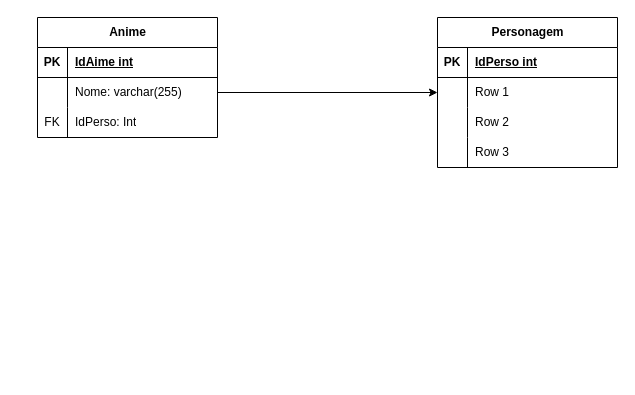
This is Diagrama Banco.drawio from FelipeOropeza/APIKitsu, a draw.io file, before an edit. Source tidied: cells renumbered, new cells numbered last; positions are measured from the earlier drawing's top-left corner, leaving out a move shared by most shapes. Both pictures are drawn from the tidied source at 100%, with x=0, y=0 at pixel (37, 17).
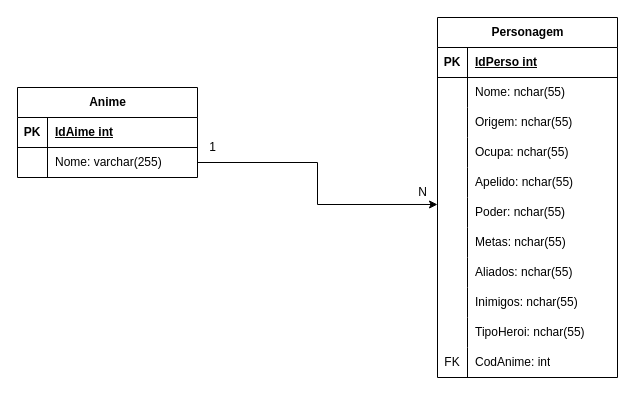
The same page after the edit.

The change refers to these unchanged cells:
```xml
<mxCell id="6" style="shape=tableRow;horizontal=0;startSize=0;swimlaneHead=0;swimlaneBody=0;fillColor=none;points=[[0,0.5],[1,0.5]];portConstraint=eastwest;top=0;left=0;right=0;bottom=0;" parent="2" vertex="1">
  <mxGeometry y="60" width="180" height="30" as="geometry" />
</mxCell>
<mxCell id="9" style="shape=tableRow;horizontal=0;startSize=0;swimlaneHead=0;swimlaneBody=0;fillColor=none;top=0;left=0;right=0;bottom=0;" parent="2" vertex="1">
  <mxGeometry y="90" width="180" height="30" as="geometry" />
</mxCell>
<mxCell id="12" style="shape=tableRow;horizontal=0;startSize=0;swimlaneHead=0;swimlaneBody=0;fillColor=none;top=0;left=0;right=0;bottom=0;" parent="2" vertex="1">
  <mxGeometry y="120" width="180" height="30" as="geometry" />
</mxCell>
<mxCell id="19" style="shape=tableRow;horizontal=0;startSize=0;swimlaneHead=0;swimlaneBody=0;fillColor=none;points=[[0,0.5],[1,0.5]];portConstraint=eastwest;top=0;left=0;right=0;bottom=0;" parent="15" vertex="1">
  <mxGeometry y="60" width="180" height="30" as="geometry" />
</mxCell>
```

The edit, as a diff of the source:
```diff
@@
     <mxCell id="2" value="Personagem" style="shape=table;startSize=30;childLayout=tableLayout;rowLines=0;fontStyle=1;align=center;html=1;" parent="1" vertex="1">
-      <mxGeometry x="400" width="180" height="150" as="geometry" />
+      <mxGeometry x="400" width="180" height="360" as="geometry" />
     </mxCell>
@@
-    <mxCell id="8" value="Row 1" style="shape=partialRectangle;fillColor=none;top=0;left=0;bottom=0;right=0;align=left;spacingLeft=6;overflow=hidden;whiteSpace=wrap;html=1;" parent="6" vertex="1">
+    <mxCell id="8" value="Nome: nchar(55)" style="shape=partialRectangle;fillColor=none;top=0;left=0;bottom=0;right=0;align=left;spacingLeft=6;overflow=hidden;whiteSpace=wrap;html=1;" parent="6" vertex="1">
       <mxGeometry x="30" width="150" height="30" as="geometry" />
     </mxCell>
@@
-    <mxCell id="11" value="Row 2" style="shape=partialRectangle;fillColor=none;top=0;left=0;bottom=0;right=0;align=left;spacingLeft=6;overflow=hidden;whiteSpace=wrap;html=1;" parent="9" vertex="1">
+    <mxCell id="11" value="Origem: nchar(55)" style="shape=partialRectangle;fillColor=none;top=0;left=0;bottom=0;right=0;align=left;spacingLeft=6;overflow=hidden;whiteSpace=wrap;html=1;" parent="9" vertex="1">
       <mxGeometry x="30" width="150" height="30" as="geometry" />
     </mxCell>
@@
-    <mxCell id="14" value="Row 3" style="shape=partialRectangle;fillColor=none;top=0;left=0;bottom=0;right=0;align=left;spacingLeft=6;overflow=hidden;whiteSpace=wrap;html=1;" parent="12" vertex="1">
+    <mxCell id="14" value="Ocupa: nchar(55)" style="shape=partialRectangle;fillColor=none;top=0;left=0;bottom=0;right=0;align=left;spacingLeft=6;overflow=hidden;whiteSpace=wrap;html=1;" parent="12" vertex="1">
       <mxGeometry x="30" width="150" height="30" as="geometry" />
     </mxCell>
+    <mxCell id="26" style="shape=tableRow;horizontal=0;startSize=0;swimlaneHead=0;swimlaneBody=0;fillColor=none;points=[[0,0.5],[1,0.5]];portConstraint=eastwest;top=0;left=0;right=0;bottom=0;" parent="2" vertex="1">
+      <mxGeometry y="150" width="180" height="30" as="geometry" />
+    </mxCell>
+    <mxCell id="27" style="shape=partialRectangle;fillColor=none;top=0;left=0;bottom=0;right=0;overflow=hidden;whiteSpace=wrap;html=1;" parent="26" vertex="1">
+      <mxGeometry width="30" height="30" as="geometry" />
+    </mxCell>
+    <mxCell id="28" value="Apelido: nchar(55)" style="shape=partialRectangle;fillColor=none;top=0;left=0;bottom=0;right=0;align=left;spacingLeft=6;overflow=hidden;whiteSpace=wrap;html=1;" parent="26" vertex="1">
+      <mxGeometry x="30" width="150" height="30" as="geometry" />
+    </mxCell>
+    <mxCell id="29" style="shape=tableRow;horizontal=0;startSize=0;swimlaneHead=0;swimlaneBody=0;fillColor=none;top=0;left=0;right=0;bottom=0;" parent="2" vertex="1">
+      <mxGeometry y="180" width="180" height="30" as="geometry" />
+    </mxCell>
+    <mxCell id="30" style="shape=partialRectangle;fillColor=none;top=0;left=0;bottom=0;right=0;overflow=hidden;whiteSpace=wrap;html=1;" parent="29" vertex="1">
+      <mxGeometry width="30" height="30" as="geometry" />
+    </mxCell>
+    <mxCell id="31" value="Poder: nchar(55)" style="shape=partialRectangle;fillColor=none;top=0;left=0;bottom=0;right=0;align=left;spacingLeft=6;overflow=hidden;whiteSpace=wrap;html=1;" parent="29" vertex="1">
+      <mxGeometry x="30" width="150" height="30" as="geometry" />
+    </mxCell>
+    <mxCell id="32" style="shape=tableRow;horizontal=0;startSize=0;swimlaneHead=0;swimlaneBody=0;fillColor=none;top=0;left=0;right=0;bottom=0;" parent="2" vertex="1">
+      <mxGeometry y="210" width="180" height="30" as="geometry" />
+    </mxCell>
+    <mxCell id="33" style="shape=partialRectangle;fillColor=none;top=0;left=0;bottom=0;right=0;overflow=hidden;whiteSpace=wrap;html=1;" parent="32" vertex="1">
+      <mxGeometry width="30" height="30" as="geometry" />
+    </mxCell>
+    <mxCell id="34" value="Metas: nchar(55)" style="shape=partialRectangle;fillColor=none;top=0;left=0;bottom=0;right=0;align=left;spacingLeft=6;overflow=hidden;whiteSpace=wrap;html=1;" parent="32" vertex="1">
+      <mxGeometry x="30" width="150" height="30" as="geometry" />
+    </mxCell>
+    <mxCell id="35" style="shape=tableRow;horizontal=0;startSize=0;swimlaneHead=0;swimlaneBody=0;fillColor=none;top=0;left=0;right=0;bottom=0;" parent="2" vertex="1">
+      <mxGeometry y="240" width="180" height="30" as="geometry" />
+    </mxCell>
+    <mxCell id="36" style="shape=partialRectangle;fillColor=none;top=0;left=0;bottom=0;right=0;overflow=hidden;whiteSpace=wrap;html=1;" parent="35" vertex="1">
+      <mxGeometry width="30" height="30" as="geometry" />
+    </mxCell>
+    <mxCell id="37" value="Aliados: nchar(55)" style="shape=partialRectangle;fillColor=none;top=0;left=0;bottom=0;right=0;align=left;spacingLeft=6;overflow=hidden;whiteSpace=wrap;html=1;" parent="35" vertex="1">
+      <mxGeometry x="30" width="150" height="30" as="geometry" />
+    </mxCell>
+    <mxCell id="38" style="shape=tableRow;horizontal=0;startSize=0;swimlaneHead=0;swimlaneBody=0;fillColor=none;top=0;left=0;right=0;bottom=0;" parent="2" vertex="1">
+      <mxGeometry y="270" width="180" height="30" as="geometry" />
+    </mxCell>
+    <mxCell id="39" style="shape=partialRectangle;fillColor=none;top=0;left=0;bottom=0;right=0;overflow=hidden;whiteSpace=wrap;html=1;" parent="38" vertex="1">
+      <mxGeometry width="30" height="30" as="geometry" />
+    </mxCell>
+    <mxCell id="40" value="Inimigos: nchar(55)" style="shape=partialRectangle;fillColor=none;top=0;left=0;bottom=0;right=0;align=left;spacingLeft=6;overflow=hidden;whiteSpace=wrap;html=1;" parent="38" vertex="1">
+      <mxGeometry x="30" width="150" height="30" as="geometry" />
+    </mxCell>
+    <mxCell id="41" style="shape=tableRow;horizontal=0;startSize=0;swimlaneHead=0;swimlaneBody=0;fillColor=none;top=0;left=0;right=0;bottom=0;" parent="2" vertex="1">
+      <mxGeometry y="300" width="180" height="30" as="geometry" />
+    </mxCell>
+    <mxCell id="42" style="shape=partialRectangle;fillColor=none;top=0;left=0;bottom=0;right=0;overflow=hidden;whiteSpace=wrap;html=1;" parent="41" vertex="1">
+      <mxGeometry width="30" height="30" as="geometry" />
+    </mxCell>
+    <mxCell id="43" value="TipoHeroi: nchar(55)" style="shape=partialRectangle;fillColor=none;top=0;left=0;bottom=0;right=0;align=left;spacingLeft=6;overflow=hidden;whiteSpace=wrap;html=1;" parent="41" vertex="1">
+      <mxGeometry x="30" width="150" height="30" as="geometry" />
+    </mxCell>
+    <mxCell id="44" style="shape=tableRow;horizontal=0;startSize=0;swimlaneHead=0;swimlaneBody=0;fillColor=none;top=0;left=0;right=0;bottom=0;" parent="2" vertex="1">
+      <mxGeometry y="330" width="180" height="30" as="geometry" />
+    </mxCell>
+    <mxCell id="23" value="FK" style="shape=partialRectangle;fillColor=none;top=0;left=0;bottom=0;right=0;overflow=hidden;whiteSpace=wrap;html=1;" parent="44" vertex="1">
+      <mxGeometry width="30" height="30" as="geometry" />
+    </mxCell>
+    <mxCell id="45" value="CodAnime: int" style="shape=partialRectangle;fillColor=none;top=0;left=0;bottom=0;right=0;align=left;spacingLeft=6;overflow=hidden;whiteSpace=wrap;html=1;" parent="44" vertex="1">
+      <mxGeometry x="30" width="150" height="30" as="geometry" />
+    </mxCell>
     <mxCell id="15" value="Anime" style="shape=table;startSize=30;childLayout=tableLayout;rowLines=0;fontStyle=1;align=center;html=1;gradientColor=none;rounded=0;shadow=0;" parent="1" vertex="1">
-      <mxGeometry width="180" height="120" as="geometry" />
+      <mxGeometry x="-20" y="70" width="180" height="90" as="geometry" />
     </mxCell>
@@
-    <mxCell id="22" style="shape=tableRow;horizontal=0;startSize=0;swimlaneHead=0;swimlaneBody=0;fillColor=none;top=0;left=0;right=0;bottom=0;" parent="15" vertex="1">
-      <mxGeometry y="90" width="180" height="30" as="geometry" />
-    </mxCell>
-    <mxCell id="23" value="FK" style="shape=partialRectangle;fillColor=none;top=0;left=0;bottom=0;right=0;fontStyle=0;overflow=hidden;whiteSpace=wrap;html=1;" parent="22" vertex="1">
-      <mxGeometry width="30" height="30" as="geometry" />
-    </mxCell>
-    <mxCell id="24" value="IdPerso: Int" style="shape=partialRectangle;fillColor=none;top=0;left=0;bottom=0;right=0;align=left;spacingLeft=6;fontStyle=0;overflow=hidden;whiteSpace=wrap;html=1;" parent="22" vertex="1">
-      <mxGeometry x="30" width="150" height="30" as="geometry" />
-    </mxCell>
-    <mxCell id="25" style="edgeStyle=orthogonalEdgeStyle;rounded=0;jettySize=auto;html=1;exitX=1;exitY=0.5;exitDx=0;exitDy=0;entryX=0;entryY=0.5;entryDx=0;entryDy=0;" parent="1" edge="1" source="19" target="6">
+    <mxCell id="25" style="edgeStyle=orthogonalEdgeStyle;rounded=0;jettySize=auto;html=1;exitX=1;exitY=0.5;exitDx=0;exitDy=0;entryX=0;entryY=1.233;entryDx=0;entryDy=0;entryPerimeter=0;" parent="1" edge="1" source="19" target="26">
       <mxGeometry relative="1" as="geometry" />
     </mxCell>
+    <mxCell id="46" value="1" style="text;html=1;align=center;verticalAlign=middle;strokeColor=none;fillColor=none;" parent="1" vertex="1">
+      <mxGeometry x="160" y="115" width="30" height="30" as="geometry" />
+    </mxCell>
+    <mxCell id="47" value="N" style="text;html=1;align=center;verticalAlign=middle;strokeColor=none;fillColor=none;" parent="1" vertex="1">
+      <mxGeometry x="370" y="160" width="30" height="30" as="geometry" />
+    </mxCell>
```
